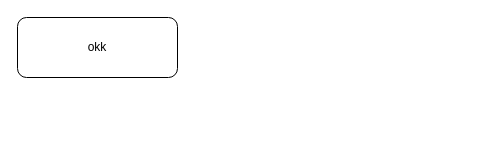
Before: desenho.dio in ManausTech/Documentations, a draw.io diagram. Source tidied: cells renumbered, new cells numbered last; positions are measured from the earlier drawing's top-left corner, leaving out a move shared by most shapes. Both pictures are drawn from the tidied source at 100%, with x=0, y=0 at pixel (17, 17).
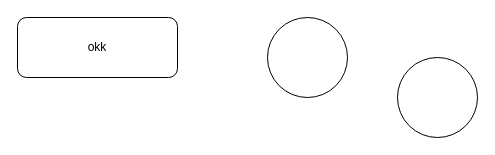
Above is the later version.

What changed in the source:
```diff
@@
 <mxGraphModel>
   <root>
     <mxCell id="0" />
     <mxCell id="1" parent="0" />
     <mxCell id="2" value="okk" style="rounded=1;whiteSpace=wrap;html=1;" parent="1" vertex="1">
       <mxGeometry width="160" height="60" as="geometry" />
     </mxCell>
+    <mxCell id="3" style="ellipse;whiteSpace=wrap;html=1;shapeInside=1;" parent="1" vertex="1">
+      <mxGeometry x="250" width="80" height="80" as="geometry" />
+    </mxCell>
+    <mxCell id="4" style="ellipse;whiteSpace=wrap;html=1;shapeInside=1;" parent="1" vertex="1">
+      <mxGeometry x="380" y="40" width="80" height="80" as="geometry" />
+    </mxCell>
   </root>
 </mxGraphModel>
```
